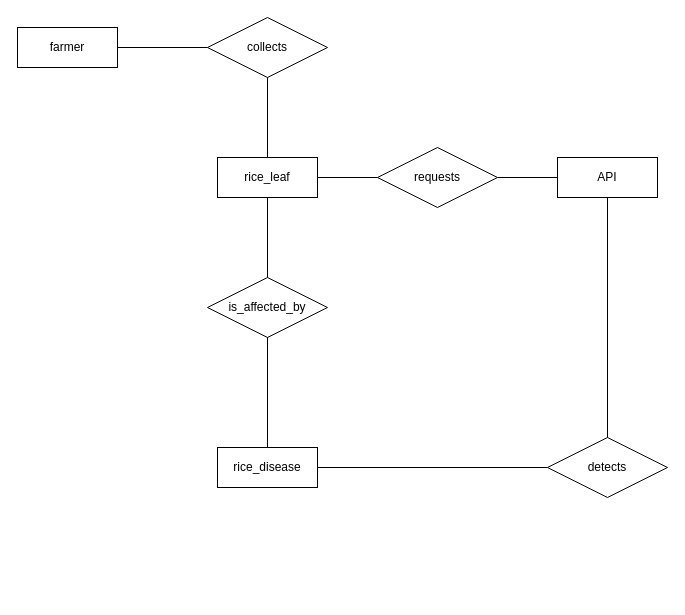
Before: erDisease_detector.drawio in Dinuvi9170/NSBM-Green-University, a draw.io diagram. Source tidied: cells renumbered, new cells numbered last; positions are measured from the earlier drawing's top-left corner, leaving out a move shared by most shapes. Both pictures are drawn from the tidied source at 100%, with x=0, y=0 at pixel (17, 17).
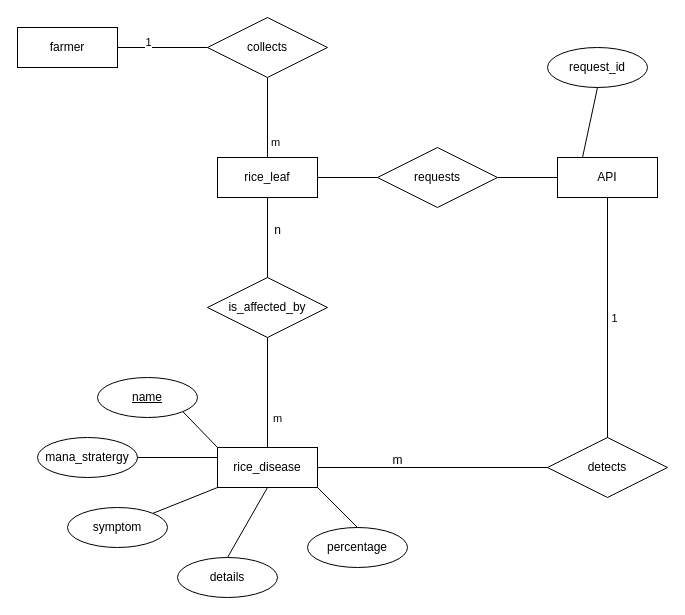
Above is the later version.

The change refers to these unchanged cells:
```xml
<mxCell id="4" value="API" style="whiteSpace=wrap;html=1;align=center;" parent="1" vertex="1">
  <mxGeometry x="540" y="140" width="100" height="40" as="geometry" />
</mxCell>
<mxCell id="5" value="rice_disease" style="whiteSpace=wrap;html=1;align=center;" parent="1" vertex="1">
  <mxGeometry x="200" y="430" width="100" height="40" as="geometry" />
</mxCell>
<mxCell id="10" style="endArrow=none;html=1;rounded=0;entryX=0.5;entryY=1;entryDx=0;entryDy=0;exitX=0.5;exitY=0;exitDx=0;exitDy=0;" parent="1" edge="1" source="3" target="7">
  <mxGeometry relative="1" as="geometry" />
</mxCell>
<mxCell id="13" style="endArrow=none;html=1;rounded=0;exitX=1;exitY=0.5;exitDx=0;exitDy=0;entryX=0;entryY=0.5;entryDx=0;entryDy=0;" parent="1" edge="1" source="2" target="7">
  <mxGeometry relative="1" as="geometry" />
</mxCell>
<mxCell id="15" style="endArrow=none;html=1;rounded=0;entryX=0.5;entryY=1;entryDx=0;entryDy=0;exitX=0.5;exitY=0;exitDx=0;exitDy=0;" parent="1" edge="1" source="5" target="6">
  <mxGeometry relative="1" as="geometry" />
</mxCell>
<mxCell id="17" style="endArrow=none;html=1;rounded=0;entryX=0.5;entryY=1;entryDx=0;entryDy=0;exitX=0.5;exitY=0;exitDx=0;exitDy=0;" parent="1" edge="1" source="9" target="4">
  <mxGeometry relative="1" as="geometry" />
</mxCell>
```

The edit, as a diff of the source:
```diff
@@
+    <mxCell id="18" value="m" style="edgeLabel;html=1;align=center;verticalAlign=middle;" parent="10" vertex="1">
+      <mxGeometry x="-0.61" y="-7" relative="1" as="geometry" />
+    </mxCell>
@@
+    <mxCell id="19" value="1" style="edgeLabel;html=1;align=center;verticalAlign=middle;" parent="13" vertex="1">
+      <mxGeometry x="-0.34" y="6" relative="1" as="geometry" />
+    </mxCell>
@@
+    <mxCell id="20" value="m" style="edgeLabel;html=1;align=center;verticalAlign=middle;" parent="15" vertex="1">
+      <mxGeometry x="-0.46" y="-9" relative="1" as="geometry" />
+    </mxCell>
@@
+    <mxCell id="21" value="1" style="edgeLabel;html=1;align=center;verticalAlign=middle;" parent="17" vertex="1">
+      <mxGeometry y="-6" relative="1" as="geometry" />
+    </mxCell>
+    <mxCell id="22" value="request_id" style="ellipse;whiteSpace=wrap;html=1;align=center;" parent="1" vertex="1">
+      <mxGeometry x="530" y="30" width="100" height="40" as="geometry" />
+    </mxCell>
+    <mxCell id="23" value="mana_stratergy" style="ellipse;whiteSpace=wrap;html=1;align=center;" parent="1" vertex="1">
+      <mxGeometry x="20" y="420" width="100" height="40" as="geometry" />
+    </mxCell>
+    <mxCell id="24" value="&lt;u&gt;name&lt;/u&gt;" style="ellipse;whiteSpace=wrap;html=1;align=center;" parent="1" vertex="1">
+      <mxGeometry x="80" y="360" width="100" height="40" as="geometry" />
+    </mxCell>
+    <mxCell id="25" value="symptom" style="ellipse;whiteSpace=wrap;html=1;align=center;" parent="1" vertex="1">
+      <mxGeometry x="50" y="490" width="100" height="40" as="geometry" />
+    </mxCell>
+    <mxCell id="26" value="details" style="ellipse;whiteSpace=wrap;html=1;align=center;" parent="1" vertex="1">
+      <mxGeometry x="160" y="540" width="100" height="40" as="geometry" />
+    </mxCell>
+    <mxCell id="27" value="percentage" style="ellipse;whiteSpace=wrap;html=1;align=center;" parent="1" vertex="1">
+      <mxGeometry x="290" y="510" width="100" height="40" as="geometry" />
+    </mxCell>
+    <mxCell id="28" style="endArrow=none;html=1;rounded=0;exitX=1;exitY=0.5;exitDx=0;exitDy=0;entryX=0;entryY=0.25;entryDx=0;entryDy=0;" parent="1" edge="1" source="23" target="5">
+      <mxGeometry relative="1" as="geometry" />
+    </mxCell>
+    <mxCell id="29" style="endArrow=none;html=1;rounded=0;exitX=1;exitY=0;exitDx=0;exitDy=0;entryX=0;entryY=1;entryDx=0;entryDy=0;" parent="1" edge="1" source="25" target="5">
+      <mxGeometry relative="1" as="geometry" />
+    </mxCell>
+    <mxCell id="30" style="endArrow=none;html=1;rounded=0;exitX=0.5;exitY=0;exitDx=0;exitDy=0;entryX=0.5;entryY=1;entryDx=0;entryDy=0;" parent="1" edge="1" source="26" target="5">
+      <mxGeometry relative="1" as="geometry" />
+    </mxCell>
+    <mxCell id="31" style="endArrow=none;html=1;rounded=0;exitX=1;exitY=1;exitDx=0;exitDy=0;entryX=0.5;entryY=0;entryDx=0;entryDy=0;" parent="1" edge="1" source="5" target="27">
+      <mxGeometry relative="1" as="geometry" />
+    </mxCell>
+    <mxCell id="32" style="endArrow=none;html=1;rounded=0;exitX=1;exitY=1;exitDx=0;exitDy=0;entryX=0;entryY=0;entryDx=0;entryDy=0;" parent="1" edge="1" source="24" target="5">
+      <mxGeometry relative="1" as="geometry" />
+    </mxCell>
+    <mxCell id="33" style="endArrow=none;html=1;rounded=0;exitX=0.25;exitY=0;exitDx=0;exitDy=0;entryX=0.5;entryY=1;entryDx=0;entryDy=0;" parent="1" edge="1" source="4" target="22">
+      <mxGeometry relative="1" as="geometry" />
+    </mxCell>
+    <mxCell id="34" value="n" style="text;html=1;align=center;verticalAlign=middle;strokeColor=none;fillColor=none;" parent="1" vertex="1">
+      <mxGeometry x="245" y="198" width="30" height="30" as="geometry" />
+    </mxCell>
+    <mxCell id="35" value="m" style="text;html=1;align=center;verticalAlign=middle;strokeColor=none;fillColor=none;" parent="1" vertex="1">
+      <mxGeometry x="365" y="428" width="30" height="30" as="geometry" />
+    </mxCell>
```
